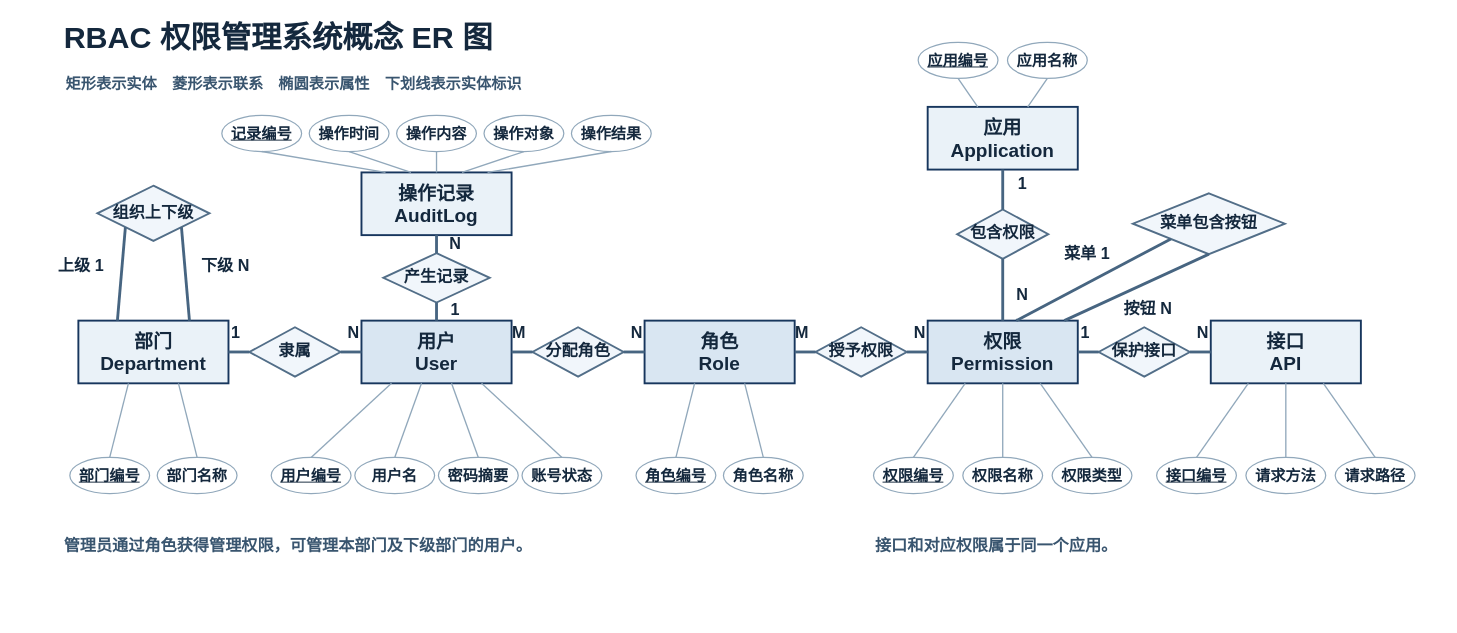
This is page "核心概念 ER 图" (1 of 2) of docs/项目设计图.drawio from Noah-hope/RBAC-admin, a draw.io file, before an edit. Source tidied: cells renumbered, new cells numbered last; positions are measured from the earlier drawing's top-left corner, leaving out a move shared by most shapes. Both pictures are drawn from the tidied source at 95%, with x=0, y=0 at pixel (51, 16).
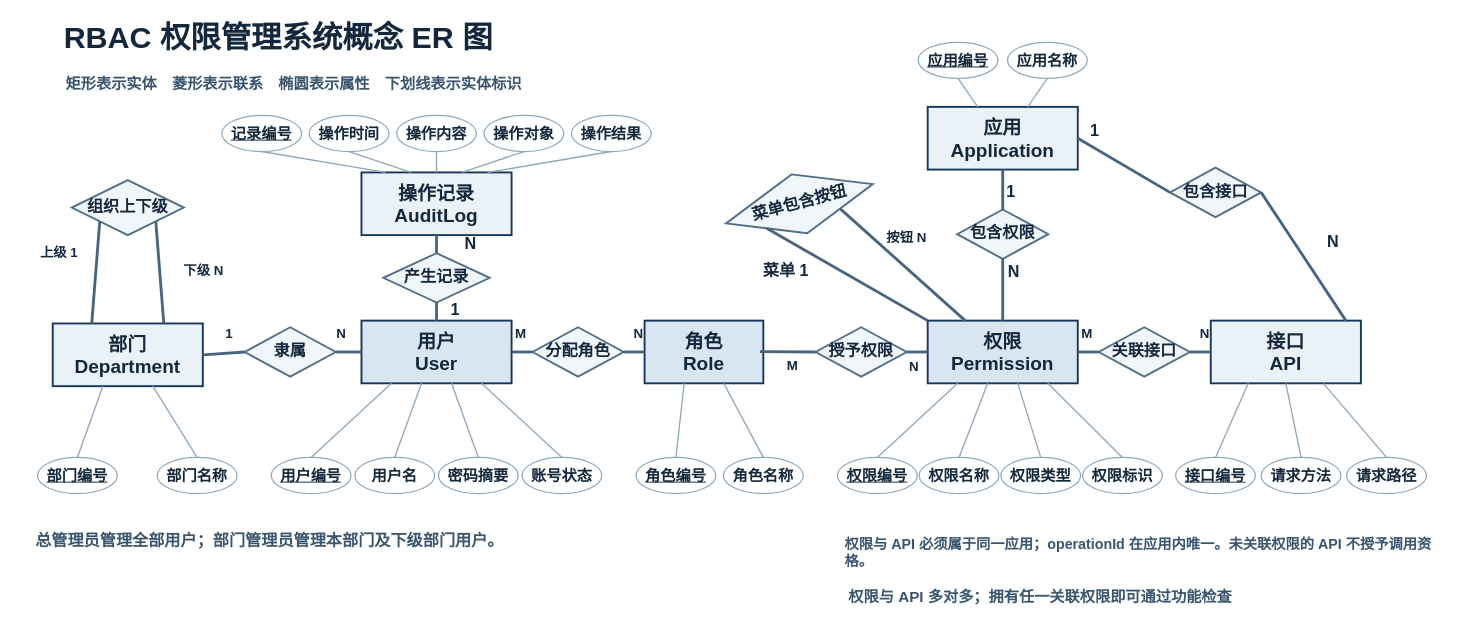
The same diagram, later.

Unchanged cells that the change refers to:
```xml
<mxCell id="23" value="权限&lt;br&gt;Permission" style="html=1;whiteSpace=wrap;fontFamily=SimSun;fontStyle=1;fontColor=#14283d;rounded=0;fillColor=#D9E6F2;strokeColor=#17365D;strokeWidth=2;fontSize=20;" parent="1" vertex="1">
  <mxGeometry x="922" y="320" width="158" height="66" as="geometry" />
</mxCell>
<mxCell id="30" value="接口&lt;br&gt;API" style="html=1;whiteSpace=wrap;fontFamily=SimSun;fontStyle=1;fontColor=#14283d;rounded=0;fillColor=#EAF2F8;strokeColor=#17365D;strokeWidth=2;fontSize=20;" parent="1" vertex="1">
  <mxGeometry x="1220" y="320" width="158" height="66" as="geometry" />
</mxCell>
<mxCell id="37" value="应用&lt;br&gt;Application" style="html=1;whiteSpace=wrap;fontFamily=SimSun;fontStyle=1;fontColor=#14283d;rounded=0;fillColor=#EAF2F8;strokeColor=#17365D;strokeWidth=2;fontSize=20;" parent="1" vertex="1">
  <mxGeometry x="922" y="95" width="158" height="66" as="geometry" />
</mxCell>
<mxCell id="52" value="授予权限" style="html=1;whiteSpace=wrap;fontFamily=SimSun;fontStyle=1;fontColor=#14283d;rhombus;fillColor=#F1F6FB;strokeColor=#526E88;strokeWidth=2;fontSize=17;rounded=0;" parent="1" vertex="1">
  <mxGeometry x="804" y="327" width="96" height="52" as="geometry" />
</mxCell>
```

The edit, as a diff of the source:
```diff
@@
     <mxCell id="4" value="部门&lt;br&gt;Department" style="html=1;whiteSpace=wrap;fontFamily=SimSun;fontStyle=1;fontColor=#14283d;rounded=0;fillColor=#EAF2F8;strokeColor=#17365D;strokeWidth=2;fontSize=20;" parent="1" vertex="1">
-      <mxGeometry x="28" y="320" width="158" height="66" as="geometry" />
+      <mxGeometry x="1" y="323" width="158" height="66" as="geometry" />
     </mxCell>
     <mxCell id="5" value="&lt;u&gt;部门编号&lt;/u&gt;" style="html=1;whiteSpace=wrap;fontFamily=SimSun;fontStyle=1;fontColor=#14283d;ellipse;fillColor=#FFFFFF;strokeColor=#91A8BB;strokeWidth=1.3;fontSize=16;rounded=0;" parent="1" vertex="1">
-      <mxGeometry x="19" y="464" width="84" height="38" as="geometry" />
+      <mxGeometry x="-15" y="464" width="84" height="38" as="geometry" />
     </mxCell>
@@
     <mxCell id="18" value="角色&lt;br&gt;Role" style="html=1;whiteSpace=wrap;fontFamily=SimSun;fontStyle=1;fontColor=#14283d;rounded=0;fillColor=#D9E6F2;strokeColor=#17365D;strokeWidth=2;fontSize=20;" parent="1" vertex="1">
-      <mxGeometry x="624" y="320" width="158" height="66" as="geometry" />
+      <mxGeometry x="624" y="320" width="125" height="66" as="geometry" />
     </mxCell>
@@
     <mxCell id="24" value="&lt;u&gt;权限编号&lt;/u&gt;" style="html=1;whiteSpace=wrap;fontFamily=SimSun;fontStyle=1;fontColor=#14283d;ellipse;fillColor=#FFFFFF;strokeColor=#91A8BB;strokeWidth=1.3;fontSize=16;rounded=0;" parent="1" vertex="1">
-      <mxGeometry x="865" y="464" width="84" height="38" as="geometry" />
+      <mxGeometry x="827" y="464" width="84" height="38" as="geometry" />
     </mxCell>
-    <mxCell id="25" style="html=1;whiteSpace=wrap;fontFamily=SimSun;fontStyle=1;fontColor=#14283d;noEdgeStyle=1;startArrow=none;endArrow=none;strokeColor=#91A8BB;strokeWidth=1.4;exitX=0.25;exitY=1;exitPerimeter=0;entryX=0.5;entryY=0;entryPerimeter=0;rounded=0;" parent="1" edge="1" source="23" target="24">
+    <mxCell id="25" style="html=1;whiteSpace=wrap;fontFamily=SimSun;fontStyle=1;fontColor=#14283d;noEdgeStyle=1;startArrow=none;endArrow=none;strokeColor=#91A8BB;strokeWidth=1.4;exitX=0.2;exitY=1;exitPerimeter=0;entryX=0.5;entryY=0;entryPerimeter=0;rounded=0;" parent="1" edge="1" source="23" target="24">
       <mxGeometry relative="1" as="geometry" />
     </mxCell>
     <mxCell id="26" value="权限名称" style="html=1;whiteSpace=wrap;fontFamily=SimSun;fontStyle=1;fontColor=#14283d;ellipse;fillColor=#FFFFFF;strokeColor=#91A8BB;strokeWidth=1.3;fontSize=16;rounded=0;" parent="1" vertex="1">
-      <mxGeometry x="959" y="464" width="84" height="38" as="geometry" />
+      <mxGeometry x="913" y="464" width="84" height="38" as="geometry" />
     </mxCell>
-    <mxCell id="27" style="html=1;whiteSpace=wrap;fontFamily=SimSun;fontStyle=1;fontColor=#14283d;noEdgeStyle=1;startArrow=none;endArrow=none;strokeColor=#91A8BB;strokeWidth=1.4;exitX=0.5;exitY=1;exitPerimeter=0;entryX=0.5;entryY=0;entryPerimeter=0;rounded=0;" parent="1" edge="1" source="23" target="26">
+    <mxCell id="27" style="html=1;whiteSpace=wrap;fontFamily=SimSun;fontStyle=1;fontColor=#14283d;noEdgeStyle=1;startArrow=none;endArrow=none;strokeColor=#91A8BB;strokeWidth=1.4;exitX=0.4;exitY=1;exitPerimeter=0;entryX=0.5;entryY=0;entryPerimeter=0;rounded=0;" parent="1" edge="1" source="23" target="26">
       <mxGeometry relative="1" as="geometry" />
     </mxCell>
     <mxCell id="28" value="权限类型" style="html=1;whiteSpace=wrap;fontFamily=SimSun;fontStyle=1;fontColor=#14283d;ellipse;fillColor=#FFFFFF;strokeColor=#91A8BB;strokeWidth=1.3;fontSize=16;rounded=0;" parent="1" vertex="1">
-      <mxGeometry x="1053" y="464" width="84" height="38" as="geometry" />
+      <mxGeometry x="999" y="464" width="84" height="38" as="geometry" />
     </mxCell>
-    <mxCell id="29" style="html=1;whiteSpace=wrap;fontFamily=SimSun;fontStyle=1;fontColor=#14283d;noEdgeStyle=1;startArrow=none;endArrow=none;strokeColor=#91A8BB;strokeWidth=1.4;exitX=0.75;exitY=1;exitPerimeter=0;entryX=0.5;entryY=0;entryPerimeter=0;rounded=0;" parent="1" edge="1" source="23" target="28">
+    <mxCell id="29" style="html=1;whiteSpace=wrap;fontFamily=SimSun;fontStyle=1;fontColor=#14283d;noEdgeStyle=1;startArrow=none;endArrow=none;strokeColor=#91A8BB;strokeWidth=1.4;exitX=0.6;exitY=1;exitPerimeter=0;entryX=0.5;entryY=0;entryPerimeter=0;rounded=0;" parent="1" edge="1" source="23" target="28">
       <mxGeometry relative="1" as="geometry" />
     </mxCell>
@@
     <mxCell id="31" value="&lt;u&gt;接口编号&lt;/u&gt;" style="html=1;whiteSpace=wrap;fontFamily=SimSun;fontStyle=1;fontColor=#14283d;ellipse;fillColor=#FFFFFF;strokeColor=#91A8BB;strokeWidth=1.3;fontSize=16;rounded=0;" parent="1" vertex="1">
-      <mxGeometry x="1163" y="464" width="84" height="38" as="geometry" />
+      <mxGeometry x="1183" y="464" width="84" height="38" as="geometry" />
     </mxCell>
@@
     <mxCell id="33" value="请求方法" style="html=1;whiteSpace=wrap;fontFamily=SimSun;fontStyle=1;fontColor=#14283d;ellipse;fillColor=#FFFFFF;strokeColor=#91A8BB;strokeWidth=1.3;fontSize=16;rounded=0;" parent="1" vertex="1">
-      <mxGeometry x="1257" y="464" width="84" height="38" as="geometry" />
+      <mxGeometry x="1273" y="464" width="84" height="38" as="geometry" />
     </mxCell>
@@
     <mxCell id="35" value="请求路径" style="html=1;whiteSpace=wrap;fontFamily=SimSun;fontStyle=1;fontColor=#14283d;ellipse;fillColor=#FFFFFF;strokeColor=#91A8BB;strokeWidth=1.3;fontSize=16;rounded=0;" parent="1" vertex="1">
-      <mxGeometry x="1351" y="464" width="84" height="38" as="geometry" />
+      <mxGeometry x="1363" y="464" width="84" height="38" as="geometry" />
     </mxCell>
@@
     <mxCell id="42" value="隶属" style="html=1;whiteSpace=wrap;fontFamily=SimSun;fontStyle=1;fontColor=#14283d;rhombus;fillColor=#F1F6FB;strokeColor=#526E88;strokeWidth=2;fontSize=17;rounded=0;" parent="1" vertex="1">
-      <mxGeometry x="208" y="327" width="96" height="52" as="geometry" />
+      <mxGeometry x="203" y="327" width="96" height="52" as="geometry" />
     </mxCell>
@@
-    <mxCell id="45" value="1" style="html=1;whiteSpace=wrap;fontFamily=SimSun;fontStyle=1;fontColor=#14283d;text;strokeColor=none;fillColor=none;align=center;verticalAlign=middle;fontSize=17;rounded=0;" parent="1" vertex="1">
-      <mxGeometry x="184" y="322" width="20" height="24" as="geometry" />
+    <mxCell id="45" value="1" style="html=1;whiteSpace=wrap;fontFamily=SimSun;fontStyle=1;fontColor=#14283d;text;strokeColor=none;fillColor=none;align=center;verticalAlign=middle;fontSize=17;rounded=0;fontSize=14;" parent="1" vertex="1">
+      <mxGeometry x="166" y="322" width="42" height="24" as="geometry" />
     </mxCell>
-    <mxCell id="46" value="N" style="html=1;whiteSpace=wrap;fontFamily=SimSun;fontStyle=1;fontColor=#14283d;text;strokeColor=none;fillColor=none;align=center;verticalAlign=middle;fontSize=17;rounded=0;" parent="1" vertex="1">
-      <mxGeometry x="308" y="322" width="20" height="24" as="geometry" />
+    <mxCell id="46" value="N" style="html=1;whiteSpace=wrap;fontFamily=SimSun;fontStyle=1;fontColor=#14283d;text;strokeColor=none;fillColor=none;align=center;verticalAlign=middle;fontSize=17;rounded=0;fontSize=14;" parent="1" vertex="1">
+      <mxGeometry x="284" y="322" width="42" height="24" as="geometry" />
     </mxCell>
@@
-    <mxCell id="50" value="M" style="html=1;whiteSpace=wrap;fontFamily=SimSun;fontStyle=1;fontColor=#14283d;text;strokeColor=none;fillColor=none;align=center;verticalAlign=middle;fontSize=17;rounded=0;" parent="1" vertex="1">
-      <mxGeometry x="482" y="322" width="20" height="24" as="geometry" />
+    <mxCell id="50" value="M" style="html=1;whiteSpace=wrap;fontFamily=SimSun;fontStyle=1;fontColor=#14283d;text;strokeColor=none;fillColor=none;align=center;verticalAlign=middle;fontSize=17;rounded=0;fontSize=14;" parent="1" vertex="1">
+      <mxGeometry x="473" y="322" width="42" height="24" as="geometry" />
     </mxCell>
-    <mxCell id="51" value="N" style="html=1;whiteSpace=wrap;fontFamily=SimSun;fontStyle=1;fontColor=#14283d;text;strokeColor=none;fillColor=none;align=center;verticalAlign=middle;fontSize=17;rounded=0;" parent="1" vertex="1">
-      <mxGeometry x="606" y="322" width="20" height="24" as="geometry" />
+    <mxCell id="51" value="N" style="html=1;whiteSpace=wrap;fontFamily=SimSun;fontStyle=1;fontColor=#14283d;text;strokeColor=none;fillColor=none;align=center;verticalAlign=middle;fontSize=17;rounded=0;fontSize=14;" parent="1" vertex="1">
+      <mxGeometry x="597" y="322" width="42" height="24" as="geometry" />
     </mxCell>
@@
-    <mxCell id="53" style="html=1;whiteSpace=wrap;fontFamily=SimSun;fontStyle=1;fontColor=#14283d;noEdgeStyle=1;startArrow=none;endArrow=none;strokeColor=#476581;strokeWidth=3;exitX=1;exitY=0.5;exitPerimeter=0;entryX=0;entryY=0.5;entryPerimeter=0;rounded=0;" parent="1" edge="1" source="18" target="52">
-      <mxGeometry relative="1" as="geometry" />
-    </mxCell>
@@
-    <mxCell id="55" value="M" style="html=1;whiteSpace=wrap;fontFamily=SimSun;fontStyle=1;fontColor=#14283d;text;strokeColor=none;fillColor=none;align=center;verticalAlign=middle;fontSize=17;rounded=0;" parent="1" vertex="1">
-      <mxGeometry x="780" y="322" width="20" height="24" as="geometry" />
-    </mxCell>
-    <mxCell id="56" value="N" style="html=1;whiteSpace=wrap;fontFamily=SimSun;fontStyle=1;fontColor=#14283d;text;strokeColor=none;fillColor=none;align=center;verticalAlign=middle;fontSize=17;rounded=0;" parent="1" vertex="1">
-      <mxGeometry x="904" y="322" width="20" height="24" as="geometry" />
+    <mxCell id="56" value="N" style="html=1;whiteSpace=wrap;fontFamily=SimSun;fontStyle=1;fontColor=#14283d;text;strokeColor=none;fillColor=none;align=center;verticalAlign=middle;fontSize=17;rounded=0;fontSize=14;" parent="1" vertex="1">
+      <mxGeometry x="887" y="357" width="42" height="24" as="geometry" />
     </mxCell>
-    <mxCell id="57" value="保护接口" style="html=1;whiteSpace=wrap;fontFamily=SimSun;fontStyle=1;fontColor=#14283d;rhombus;fillColor=#F1F6FB;strokeColor=#526E88;strokeWidth=2;fontSize=17;rounded=0;" parent="1" vertex="1">
+    <mxCell id="57" value="关联接口" style="html=1;whiteSpace=wrap;fontFamily=SimSun;fontStyle=1;fontColor=#14283d;rhombus;fillColor=#F1F6FB;strokeColor=#526E88;strokeWidth=2;fontSize=17;rounded=0;" parent="1" vertex="1">
       <mxGeometry x="1102" y="327" width="96" height="52" as="geometry" />
     </mxCell>
@@
-    <mxCell id="60" value="1" style="html=1;whiteSpace=wrap;fontFamily=SimSun;fontStyle=1;fontColor=#14283d;text;strokeColor=none;fillColor=none;align=center;verticalAlign=middle;fontSize=17;rounded=0;" parent="1" vertex="1">
-      <mxGeometry x="1078" y="322" width="20" height="24" as="geometry" />
+    <mxCell id="60" value="M" style="html=1;whiteSpace=wrap;fontFamily=SimSun;fontStyle=1;fontColor=#14283d;text;strokeColor=none;fillColor=none;align=center;verticalAlign=middle;fontSize=17;rounded=0;fontSize=14;" parent="1" vertex="1">
+      <mxGeometry x="1069" y="322" width="42" height="24" as="geometry" />
     </mxCell>
-    <mxCell id="61" value="N" style="html=1;whiteSpace=wrap;fontFamily=SimSun;fontStyle=1;fontColor=#14283d;text;strokeColor=none;fillColor=none;align=center;verticalAlign=middle;fontSize=17;rounded=0;" parent="1" vertex="1">
-      <mxGeometry x="1202" y="322" width="20" height="24" as="geometry" />
+    <mxCell id="61" value="N" style="html=1;whiteSpace=wrap;fontFamily=SimSun;fontStyle=1;fontColor=#14283d;text;strokeColor=none;fillColor=none;align=center;verticalAlign=middle;fontSize=17;rounded=0;fontSize=14;" parent="1" vertex="1">
+      <mxGeometry x="1193" y="322" width="42" height="24" as="geometry" />
     </mxCell>
@@
     <mxCell id="65" value="1" style="html=1;whiteSpace=wrap;fontFamily=SimSun;fontStyle=1;fontColor=#14283d;text;strokeColor=none;fillColor=none;align=center;verticalAlign=middle;fontSize=17;rounded=0;" parent="1" vertex="1">
-      <mxGeometry x="1011" y="166" width="22" height="22" as="geometry" />
+      <mxGeometry x="999" y="174" width="22" height="22" as="geometry" />
     </mxCell>
     <mxCell id="66" value="N" style="html=1;whiteSpace=wrap;fontFamily=SimSun;fontStyle=1;fontColor=#14283d;text;strokeColor=none;fillColor=none;align=center;verticalAlign=middle;fontSize=17;rounded=0;" parent="1" vertex="1">
-      <mxGeometry x="1011" y="283" width="22" height="22" as="geometry" />
+      <mxGeometry x="987" y="259" width="52" height="22" as="geometry" />
     </mxCell>
     <mxCell id="67" value="组织上下级" style="html=1;whiteSpace=wrap;fontFamily=SimSun;fontStyle=1;fontColor=#14283d;rhombus;fillColor=#F1F6FB;strokeColor=#526E88;strokeWidth=2;fontSize=17;rounded=0;" parent="1" vertex="1">
-      <mxGeometry x="48" y="178" width="118" height="58" as="geometry" />
+      <mxGeometry x="21" y="172" width="118" height="58" as="geometry" />
     </mxCell>
@@
-    <mxCell id="70" value="上级 1" style="html=1;whiteSpace=wrap;fontFamily=SimSun;fontStyle=1;fontColor=#14283d;text;strokeColor=none;fillColor=none;align=center;verticalAlign=middle;fontSize=17;rounded=0;" parent="1" vertex="1">
-      <mxGeometry y="250" width="62" height="26" as="geometry" />
+    <mxCell id="70" value="上级 1" style="html=1;whiteSpace=wrap;fontFamily=SimSun;fontStyle=1;fontColor=#14283d;text;strokeColor=none;fillColor=none;align=center;verticalAlign=middle;fontSize=17;rounded=0;fontSize=14;" parent="1" vertex="1">
+      <mxGeometry x="-37" y="236" width="90" height="26" as="geometry" />
     </mxCell>
-    <mxCell id="71" value="下级 N" style="html=1;whiteSpace=wrap;fontFamily=SimSun;fontStyle=1;fontColor=#14283d;text;strokeColor=none;fillColor=none;align=center;verticalAlign=middle;fontSize=17;rounded=0;" parent="1" vertex="1">
-      <mxGeometry x="152" y="250" width="62" height="26" as="geometry" />
+    <mxCell id="71" value="下级 N" style="html=1;whiteSpace=wrap;fontFamily=SimSun;fontStyle=1;fontColor=#14283d;text;strokeColor=none;fillColor=none;align=center;verticalAlign=middle;fontSize=17;rounded=0;fontSize=14;" parent="1" vertex="1">
+      <mxGeometry x="115" y="254" width="90" height="26" as="geometry" />
     </mxCell>
-    <mxCell id="72" value="菜单包含按钮" style="html=1;whiteSpace=wrap;fontFamily=SimSun;fontStyle=1;fontColor=#14283d;rhombus;fillColor=#F1F6FB;strokeColor=#526E88;strokeWidth=2;fontSize=17;rounded=0;" parent="1" vertex="1">
-      <mxGeometry x="1138" y="186" width="160" height="64" as="geometry" />
+    <mxCell id="72" value="菜单包含按钮" style="html=1;whiteSpace=wrap;fontFamily=SimSun;fontStyle=1;fontColor=#14283d;rhombus;fillColor=#F1F6FB;strokeColor=#526E88;strokeWidth=2;fontSize=17;rounded=0;rotation=-15;" parent="1" vertex="1">
+      <mxGeometry x="707" y="165" width="160" height="64" as="geometry" />
     </mxCell>
-    <mxCell id="73" style="html=1;whiteSpace=wrap;fontFamily=SimSun;fontStyle=1;fontColor=#14283d;noEdgeStyle=1;startArrow=none;endArrow=none;strokeColor=#476581;strokeWidth=3;exitX=0.59;exitY=0;exitPerimeter=0;entryX=0.25;entryY=0.75;entryPerimeter=0;rounded=0;" parent="1" edge="1" source="23" target="72">
+    <mxCell id="73" style="html=1;whiteSpace=wrap;fontFamily=SimSun;fontStyle=1;fontColor=#14283d;noEdgeStyle=1;startArrow=none;endArrow=none;strokeColor=#476581;strokeWidth=3;exitX=0;exitY=0;entryX=0.25;entryY=0.75;entryPerimeter=0;rounded=0;exitDx=0;exitDy=0;" parent="1" edge="1" source="23" target="72">
       <mxGeometry relative="1" as="geometry" />
     </mxCell>
-    <mxCell id="74" style="html=1;whiteSpace=wrap;fontFamily=SimSun;fontStyle=1;fontColor=#14283d;noEdgeStyle=1;startArrow=none;endArrow=none;strokeColor=#476581;strokeWidth=3;exitX=0.91;exitY=0;exitPerimeter=0;entryX=0.5;entryY=1;entryPerimeter=0;rounded=0;" parent="1" edge="1" source="23" target="72">
+    <mxCell id="74" style="html=1;whiteSpace=wrap;fontFamily=SimSun;fontStyle=1;fontColor=#14283d;noEdgeStyle=1;startArrow=none;endArrow=none;strokeColor=#476581;strokeWidth=3;exitX=0.25;exitY=0;rounded=0;exitDx=0;exitDy=0;entryX=1;entryY=1;entryDx=0;entryDy=0;" parent="1" edge="1" source="23" target="72">
       <mxGeometry relative="1" as="geometry" />
     </mxCell>
     <mxCell id="75" value="菜单 1" style="html=1;whiteSpace=wrap;fontFamily=SimSun;fontStyle=1;fontColor=#14283d;text;strokeColor=none;fillColor=none;align=center;verticalAlign=middle;fontSize=17;rounded=0;" parent="1" vertex="1">
-      <mxGeometry x="1057" y="239" width="66" height="24" as="geometry" />
+      <mxGeometry x="740" y="257" width="66" height="24" as="geometry" />
     </mxCell>
-    <mxCell id="76" value="按钮 N" style="html=1;whiteSpace=wrap;fontFamily=SimSun;fontStyle=1;fontColor=#14283d;text;strokeColor=none;fillColor=none;align=center;verticalAlign=middle;fontSize=17;rounded=0;" parent="1" vertex="1">
-      <mxGeometry x="1121" y="297" width="66" height="24" as="geometry" />
+    <mxCell id="76" value="按钮 N" style="html=1;whiteSpace=wrap;fontFamily=SimSun;fontStyle=1;fontColor=#14283d;text;strokeColor=none;fillColor=none;align=center;verticalAlign=middle;fontSize=17;rounded=0;fontSize=14;" parent="1" vertex="1">
+      <mxGeometry x="855" y="221" width="90" height="24" as="geometry" />
     </mxCell>
-    <mxCell id="77" value="管理员通过角色获得管理权限，可管理本部门及下级部门的用户。" style="html=1;whiteSpace=wrap;fontFamily=SimSun;fontStyle=1;fontColor=#39556F;text;strokeColor=none;fillColor=none;align=left;verticalAlign=middle;fontSize=17;rounded=0;" parent="1" vertex="1">
-      <mxGeometry x="11" y="543" width="810" height="30" as="geometry" />
+    <mxCell id="77" value="总管理员管理全部用户；部门管理员管理本部门及下级部门用户。" style="html=1;whiteSpace=wrap;fontFamily=SimSun;fontStyle=1;fontColor=#39556F;text;strokeColor=none;fillColor=none;align=left;verticalAlign=middle;fontSize=17;rounded=0;" parent="1" vertex="1">
+      <mxGeometry x="-19" y="538" width="810" height="30" as="geometry" />
     </mxCell>
-    <mxCell id="78" value="接口和对应权限属于同一个应用。" style="html=1;whiteSpace=wrap;fontFamily=SimSun;fontStyle=1;fontColor=#39556F;text;strokeColor=none;fillColor=none;align=left;verticalAlign=middle;fontSize=17;rounded=0;" parent="1" vertex="1">
-      <mxGeometry x="865" y="543" width="550" height="30" as="geometry" />
+    <mxCell id="78" value="权限与 API 必须属于同一应用；operationId 在应用内唯一。未关联权限的 API 不授予调用资格。" style="html=1;whiteSpace=wrap;fontFamily=SimSun;fontStyle=1;fontColor=#39556F;text;strokeColor=none;fillColor=none;align=left;verticalAlign=middle;fontSize=15;rounded=0;" parent="1" vertex="1">
+      <mxGeometry x="833" y="538" width="630" height="52" as="geometry" />
     </mxCell>
@@
     <mxCell id="94" value="N" style="html=1;whiteSpace=wrap;fontFamily=SimSun;fontStyle=1;fontColor=#14283d;text;strokeColor=none;fillColor=none;align=center;verticalAlign=middle;fontSize=17;" parent="1" vertex="1">
-      <mxGeometry x="415" y="230" width="20" height="20" as="geometry" />
+      <mxGeometry x="415" y="230" width="52" height="20" as="geometry" />
     </mxCell>
+    <mxCell id="95" value="包含接口" style="html=1;whiteSpace=wrap;fontFamily=SimSun;fontStyle=1;fontColor=#14283d;rhombus;fillColor=#F1F6FB;strokeColor=#526E88;strokeWidth=2;fontSize=17;" parent="1" vertex="1">
+      <mxGeometry x="1177" y="159" width="96" height="52" as="geometry" />
+    </mxCell>
+    <mxCell id="96" style="html=1;noEdgeStyle=1;startArrow=none;endArrow=none;strokeColor=#476581;strokeWidth=3;exitX=1;exitY=0.5;exitPerimeter=0;entryX=0;entryY=0.5;entryPerimeter=0;" parent="1" edge="1" source="37" target="95">
+      <mxGeometry relative="1" as="geometry" />
+    </mxCell>
+    <mxCell id="97" style="html=1;noEdgeStyle=1;startArrow=none;endArrow=none;strokeColor=#476581;strokeWidth=3;exitX=1;exitY=0.5;exitPerimeter=0;entryX=0.9;entryY=0;entryPerimeter=0;" parent="1" edge="1" source="95" target="30">
+      <mxGeometry relative="1" as="geometry" />
+    </mxCell>
+    <mxCell id="98" value="1" style="html=1;whiteSpace=wrap;fontFamily=SimSun;fontStyle=1;fontColor=#14283d;text;strokeColor=none;fillColor=none;align=center;verticalAlign=middle;fontSize=17;" parent="1" vertex="1">
+      <mxGeometry x="1087" y="110" width="22" height="22" as="geometry" />
+    </mxCell>
+    <mxCell id="99" value="N" style="html=1;whiteSpace=wrap;fontFamily=SimSun;fontStyle=1;fontColor=#14283d;text;strokeColor=none;fillColor=none;align=center;verticalAlign=middle;fontSize=17;" parent="1" vertex="1">
+      <mxGeometry x="1323" y="227" width="52" height="22" as="geometry" />
+    </mxCell>
+    <mxCell id="100" value="权限与 API 多对多；拥有任一关联权限即可通过功能检查" style="html=1;whiteSpace=wrap;fontFamily=SimSun;fontStyle=1;fontColor=#39556F;text;strokeColor=none;fillColor=none;align=left;verticalAlign=middle;spacingLeft=4;fontSize=16;" parent="1" vertex="1">
+      <mxGeometry x="833" y="590" width="610" height="42" as="geometry" />
+    </mxCell>
+    <mxCell id="101" value="权限标识" style="html=1;whiteSpace=wrap;fontFamily=SimSun;fontStyle=1;fontColor=#14283d;ellipse;fillColor=#FFFFFF;strokeColor=#91A8BB;strokeWidth=1.3;fontSize=16;rounded=0;" parent="1" vertex="1">
+      <mxGeometry x="1085" y="464" width="84" height="38" as="geometry" />
+    </mxCell>
+    <mxCell id="102" style="html=1;whiteSpace=wrap;fontFamily=SimSun;fontStyle=1;fontColor=#14283d;noEdgeStyle=1;startArrow=none;endArrow=none;strokeColor=#91A8BB;strokeWidth=1.4;exitX=0.8;exitY=1;exitPerimeter=0;entryX=0.5;entryY=0;entryPerimeter=0;rounded=0;" parent="1" edge="1" source="23" target="101">
+      <mxGeometry relative="1" as="geometry" />
+    </mxCell>
+    <mxCell id="53" style="html=1;whiteSpace=wrap;fontFamily=SimSun;fontStyle=1;fontColor=#14283d;noEdgeStyle=1;startArrow=none;endArrow=none;strokeColor=#476581;strokeWidth=3;exitX=0.972;exitY=0.494;exitPerimeter=0;entryX=0;entryY=0.5;rounded=0;entryDx=0;entryDy=0;exitDx=0;exitDy=0;" parent="1" edge="1" source="18" target="52">
+      <mxGeometry relative="1" as="geometry" />
+    </mxCell>
+    <mxCell id="55" value="M" style="html=1;whiteSpace=wrap;fontFamily=SimSun;fontStyle=1;fontColor=#14283d;text;strokeColor=none;fillColor=none;align=center;verticalAlign=middle;fontSize=17;rounded=0;fontSize=14;" parent="1" vertex="1">
+      <mxGeometry x="759" y="355" width="42" height="24" as="geometry" />
+    </mxCell>
```
